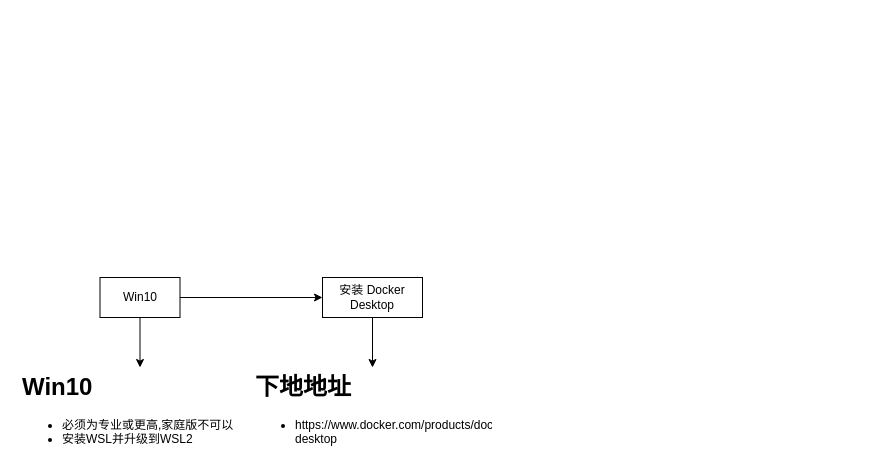
yiuked/diagram keeps this draw.io diagram as docker-desktop-k8s-jenkins.drawio. Above is the earlier version. Source tidied: cells renumbered, new cells numbered last; positions are measured from the earlier drawing's top-left corner, leaving out a move shared by most shapes. Both pictures are drawn from the tidied source at 100%, with x=0, y=0 at pixel (17, 277).
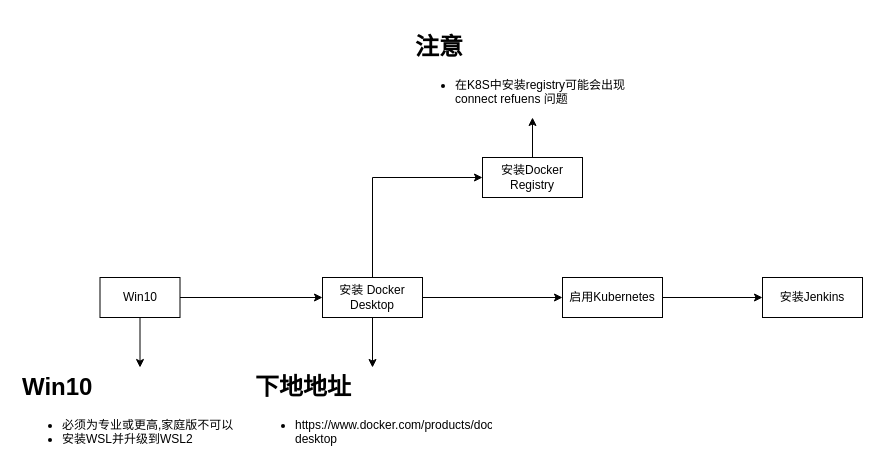
After the change.

What changed in the source:
```diff
@@
 <mxGraphModel>
   <root>
     <mxCell id="0" />
     <mxCell id="1" parent="0" />
     <mxCell id="2" style="edgeStyle=orthogonalEdgeStyle;rounded=0;jettySize=auto;html=1;exitX=0.5;exitY=1;exitDx=0;exitDy=0;entryX=0.5;entryY=0;entryDx=0;entryDy=0;" parent="1" edge="1" source="4" target="5">
       <mxGeometry relative="1" as="geometry" />
     </mxCell>
     <mxCell id="3" style="edgeStyle=orthogonalEdgeStyle;rounded=0;jettySize=auto;html=1;exitX=1;exitY=0.5;exitDx=0;exitDy=0;" parent="1" edge="1" source="4" target="7">
       <mxGeometry relative="1" as="geometry" />
     </mxCell>
     <mxCell id="4" value="Win10" style="rounded=0;whiteSpace=wrap;html=1;" parent="1" vertex="1">
       <mxGeometry x="82.5" width="80" height="40" as="geometry" />
     </mxCell>
     <mxCell id="5" value="&lt;h1&gt;Win10&lt;/h1&gt;&lt;p&gt;&lt;/p&gt;&lt;ul&gt;&lt;li&gt;必须为专业或更高,家庭版不可以&lt;/li&gt;&lt;li&gt;安装WSL并升级到WSL2&lt;/li&gt;&lt;/ul&gt;&lt;p&gt;&lt;/p&gt;" style="text;html=1;strokeColor=none;fillColor=none;spacing=5;spacingTop=-20;whiteSpace=wrap;overflow=hidden;rounded=0;" parent="1" vertex="1">
       <mxGeometry y="90" width="245" height="90" as="geometry" />
     </mxCell>
     <mxCell id="6" style="edgeStyle=orthogonalEdgeStyle;rounded=0;jettySize=auto;html=1;exitX=0.5;exitY=1;exitDx=0;exitDy=0;" parent="1" edge="1" source="7" target="8">
       <mxGeometry relative="1" as="geometry" />
     </mxCell>
+    <mxCell id="9" style="edgeStyle=orthogonalEdgeStyle;rounded=0;jettySize=auto;html=1;exitX=1;exitY=0.5;exitDx=0;exitDy=0;" parent="1" edge="1" source="7" target="12">
+      <mxGeometry relative="1" as="geometry" />
+    </mxCell>
+    <mxCell id="10" style="edgeStyle=orthogonalEdgeStyle;rounded=0;jettySize=auto;html=1;entryX=0;entryY=0.5;entryDx=0;entryDy=0;" parent="1" edge="1" source="7" target="14">
+      <mxGeometry relative="1" as="geometry">
+        <Array as="points">
+          <mxPoint x="355" y="-100" />
+        </Array>
+      </mxGeometry>
+    </mxCell>
     <mxCell id="7" value="安装 Docker Desktop" style="rounded=0;whiteSpace=wrap;html=1;" parent="1" vertex="1">
       <mxGeometry x="305" width="100" height="40" as="geometry" />
     </mxCell>
     <mxCell id="8" value="&lt;h1&gt;下地地址&lt;/h1&gt;&lt;p&gt;&lt;/p&gt;&lt;ul&gt;&lt;li&gt;https://www.docker.com/products/docker-desktop&lt;br&gt;&lt;/li&gt;&lt;/ul&gt;&lt;p&gt;&lt;/p&gt;" style="text;html=1;strokeColor=none;fillColor=none;spacing=5;spacingTop=-20;whiteSpace=wrap;overflow=hidden;rounded=0;" parent="1" vertex="1">
       <mxGeometry x="232.5" y="90" width="245" height="90" as="geometry" />
     </mxCell>
+    <mxCell id="11" style="edgeStyle=orthogonalEdgeStyle;rounded=0;jettySize=auto;html=1;exitX=1;exitY=0.5;exitDx=0;exitDy=0;" parent="1" edge="1" source="12" target="16">
+      <mxGeometry relative="1" as="geometry" />
+    </mxCell>
+    <mxCell id="12" value="启用Kubernetes" style="rounded=0;whiteSpace=wrap;html=1;" parent="1" vertex="1">
+      <mxGeometry x="545" width="100" height="40" as="geometry" />
+    </mxCell>
+    <mxCell id="13" style="edgeStyle=orthogonalEdgeStyle;rounded=0;jettySize=auto;html=1;exitX=0.5;exitY=0;exitDx=0;exitDy=0;" parent="1" edge="1" source="14" target="15">
+      <mxGeometry relative="1" as="geometry" />
+    </mxCell>
+    <mxCell id="14" value="安装Docker Registry" style="rounded=0;whiteSpace=wrap;html=1;" parent="1" vertex="1">
+      <mxGeometry x="465" y="-120" width="100" height="40" as="geometry" />
+    </mxCell>
+    <mxCell id="15" value="&lt;h1&gt;注意&lt;/h1&gt;&lt;p&gt;&lt;/p&gt;&lt;ul&gt;&lt;li&gt;在K8S中安装registry可能会出现 connect refuens&amp;nbsp;问题&lt;/li&gt;&lt;/ul&gt;&lt;p&gt;&lt;/p&gt;" style="text;html=1;strokeColor=none;fillColor=none;spacing=5;spacingTop=-20;whiteSpace=wrap;overflow=hidden;rounded=0;" parent="1" vertex="1">
+      <mxGeometry x="392.5" y="-250" width="245" height="90" as="geometry" />
+    </mxCell>
+    <mxCell id="16" value="安装Jenkins" style="rounded=0;whiteSpace=wrap;html=1;" parent="1" vertex="1">
+      <mxGeometry x="745" width="100" height="40" as="geometry" />
+    </mxCell>
   </root>
 </mxGraphModel>
```
